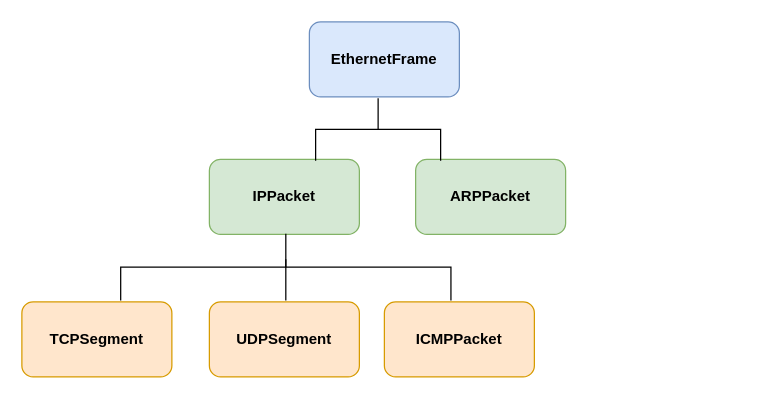
Before: cPacketSniffer.drawio in baoqger/drawing.io, a draw.io diagram. Source tidied: cells renumbered, new cells numbered last; positions are measured from the earlier drawing's top-left corner, leaving out a move shared by most shapes. Both pictures are drawn from the tidied source at 125%, with x=0, y=0 at pixel (21, 21).
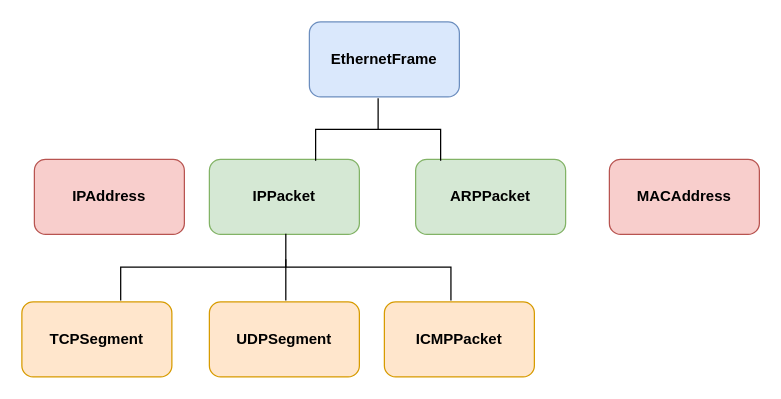
The same page after the edit.

What changed in the source:
```diff
@@
 <mxGraphModel>
   <root>
     <mxCell id="0" />
     <mxCell id="1" parent="0" />
     <mxCell id="2" value="EthernetFrame" style="rounded=1;whiteSpace=wrap;html=1;fillColor=#dae8fc;strokeColor=#6c8ebf;fontStyle=1;fontSize=12;" parent="1" vertex="1">
       <mxGeometry x="230" width="120" height="60" as="geometry" />
     </mxCell>
     <mxCell id="3" value="IPPacket" style="rounded=1;whiteSpace=wrap;html=1;fillColor=#d5e8d4;strokeColor=#82b366;fontStyle=1;fontSize=12;" parent="1" vertex="1">
       <mxGeometry x="150" y="110" width="120" height="60" as="geometry" />
     </mxCell>
     <mxCell id="4" value="ARPPacket" style="rounded=1;whiteSpace=wrap;html=1;fillColor=#d5e8d4;strokeColor=#82b366;fontStyle=1;fontSize=12;" parent="1" vertex="1">
       <mxGeometry x="315" y="110" width="120" height="60" as="geometry" />
     </mxCell>
     <mxCell id="5" value="TCPSegment" style="rounded=1;whiteSpace=wrap;html=1;fillColor=#ffe6cc;strokeColor=#d79b00;fontStyle=1;fontSize=12;" parent="1" vertex="1">
       <mxGeometry y="224" width="120" height="60" as="geometry" />
     </mxCell>
     <mxCell id="6" value="UDPSegment" style="rounded=1;whiteSpace=wrap;html=1;fillColor=#ffe6cc;strokeColor=#d79b00;fontStyle=1;fontSize=12;" parent="1" vertex="1">
       <mxGeometry x="150" y="224" width="120" height="60" as="geometry" />
     </mxCell>
     <mxCell id="7" value="ICMPPacket" style="rounded=1;whiteSpace=wrap;html=1;fillColor=#ffe6cc;strokeColor=#d79b00;fontStyle=1;fontSize=12;" parent="1" vertex="1">
       <mxGeometry x="290" y="224" width="120" height="60" as="geometry" />
     </mxCell>
     <mxCell id="8" style="strokeWidth=1;html=1;shape=mxgraph.flowchart.annotation_2;align=left;labelPosition=right;fontSize=12;rotation=90;" parent="1" vertex="1">
       <mxGeometry x="260" y="36" width="50" height="100" as="geometry" />
     </mxCell>
     <mxCell id="9" style="strokeWidth=1;html=1;shape=mxgraph.flowchart.annotation_2;align=left;labelPosition=right;fontSize=12;rotation=90;" parent="1" vertex="1">
       <mxGeometry x="184.4" y="64.1" width="53.5" height="264.2" as="geometry" />
     </mxCell>
     <mxCell id="10" style="endArrow=none;html=1;rounded=0;fontSize=12;exitX=1;exitY=0.5;exitDx=0;exitDy=0;exitPerimeter=0;entryX=0.383;entryY=0.5;entryDx=0;entryDy=0;entryPerimeter=0;" parent="1" edge="1" source="9" target="9">
       <mxGeometry relative="1" as="geometry" />
     </mxCell>
+    <mxCell id="11" value="IPAddress" style="rounded=1;whiteSpace=wrap;html=1;fillColor=#f8cecc;strokeColor=#b85450;fontStyle=1;fontSize=12;" parent="1" vertex="1">
+      <mxGeometry x="10" y="110" width="120" height="60" as="geometry" />
+    </mxCell>
+    <mxCell id="12" value="MACAddress" style="rounded=1;whiteSpace=wrap;html=1;fillColor=#f8cecc;strokeColor=#b85450;fontStyle=1;fontSize=12;" parent="1" vertex="1">
+      <mxGeometry x="470" y="110" width="120" height="60" as="geometry" />
+    </mxCell>
   </root>
 </mxGraphModel>
```
